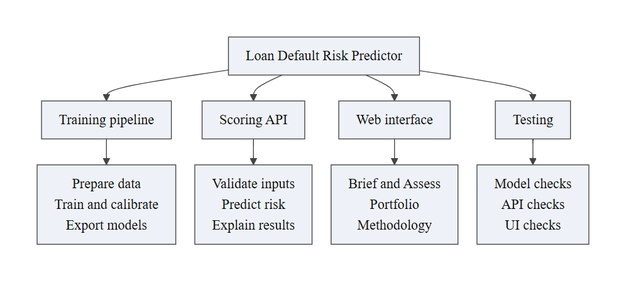
The Mermaid diagram report/assets/figures/fig-3-2-modules.png in gursimrannkaurr/credoscore, before a commit. Its source is kept beside it as report/diagrams/fig-3-2-modules.mmd.
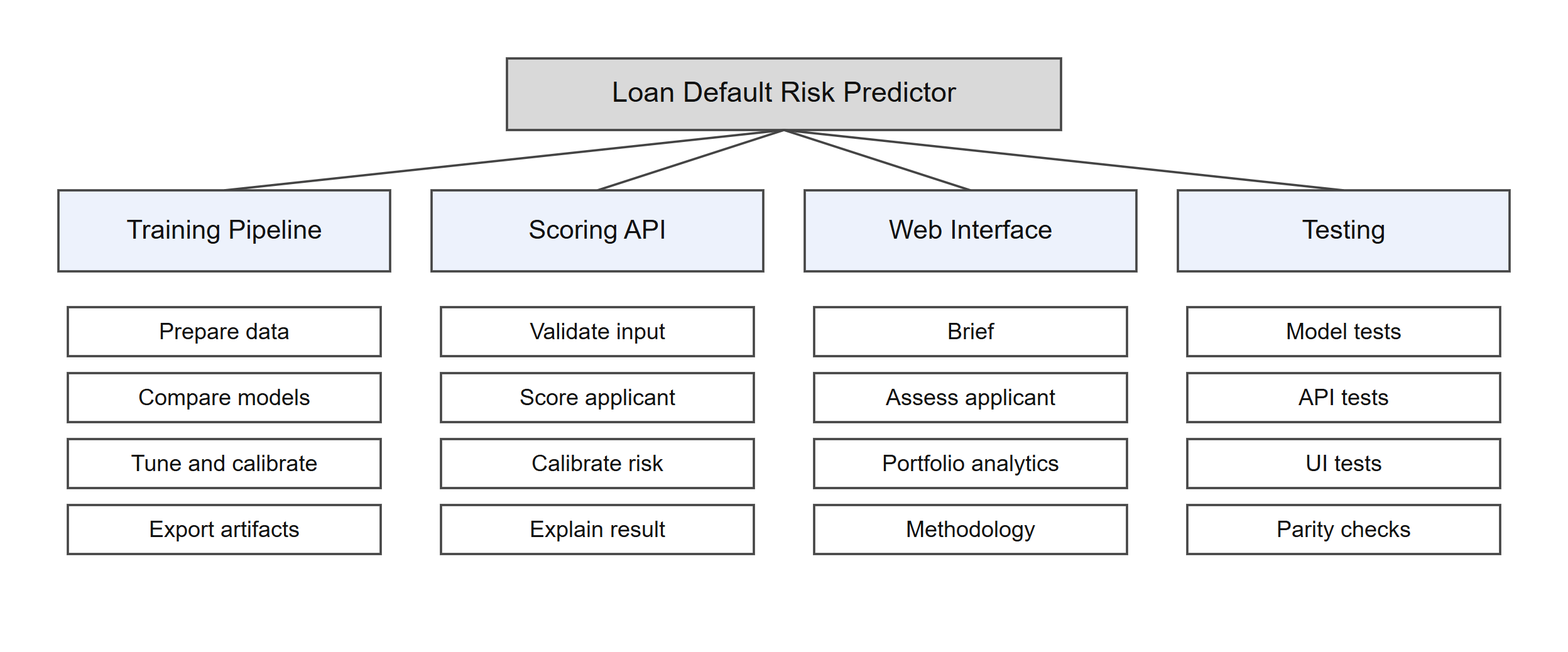
The same file after the commit.

Diff of the diagram source:
```diff
@@ -1,10 +1,35 @@
 flowchart TB
- S[Loan Default Risk Predictor]
- S --- T[Training pipeline]
- S --- A[Scoring API]
- S --- W[Web interface]
- S --- Q[Testing]
- T --- T1[Prepare data<br/>Train and calibrate<br/>Export models]
- A --- A1[Validate inputs<br/>Predict risk<br/>Explain results]
- W --- W1[Brief and Assess<br/>Portfolio<br/>Methodology]
- Q --- Q1[Model checks<br/>API checks<br/>UI checks]
+    SYS("Loan Default Risk Predictor")
+
+    SYS --> TRAIN("Training pipeline")
+    TRAIN --> T1("Data preparation")
+    TRAIN --> T2("Benchmarking")
+    TRAIN --> T3("Tuning")
+    TRAIN --> T4("Calibration")
+    TRAIN --> T5("Export")
+
+    SYS --> API("Scoring API")
+    API --> A1("Validation")
+    API --> A2("Tree walk")
+    API --> A3("Platt scaling")
+    API --> A4("Explanation")
+    API --> A5("Decision")
+
+    SYS --> WEB("Web interface")
+    WEB --> W1("Brief")
+    WEB --> W2("Assess")
+    WEB --> W3("The book")
+    WEB --> W4("Methodology")
+
+    SYS --> TEST("Testing")
+    TEST --> X1("Notebook tests")
+    TEST --> X2("API tests")
+    TEST --> X3("UI tests")
+
+    classDef root fill:#FDE9D9,stroke:#C55A11,stroke-width:1.5px;
+    classDef mid fill:#DCE6F1,stroke:#2F5597,stroke-width:1.5px;
+    classDef leaf fill:#E2EFDA,stroke:#548235,stroke-width:1.5px;
+
+    class SYS root
+    class TRAIN,API,WEB,TEST mid
+    class T1,T2,T3,T4,T5,A1,A2,A3,A4,A5,W1,W2,W3,W4,X1,X2,X3 leaf
```
